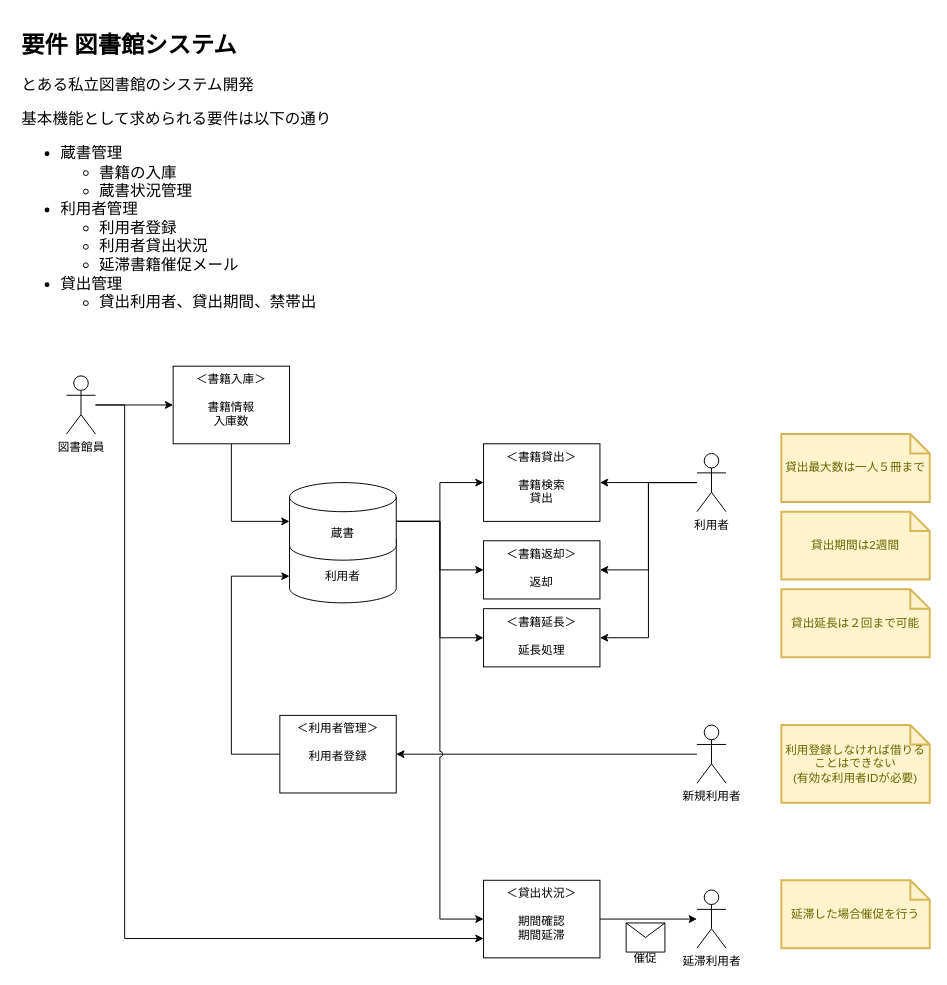
This is page "要件" (1 of 4) of documents/練習用設計.drawio from mkuwan/spring-basic, a draw.io file, before an edit. Source tidied: cells renumbered, new cells numbered last; positions are measured from the earlier drawing's top-left corner, leaving out a move shared by most shapes. Both pictures are drawn from the tidied source at 97%, with x=0, y=0 at pixel (16, 26).
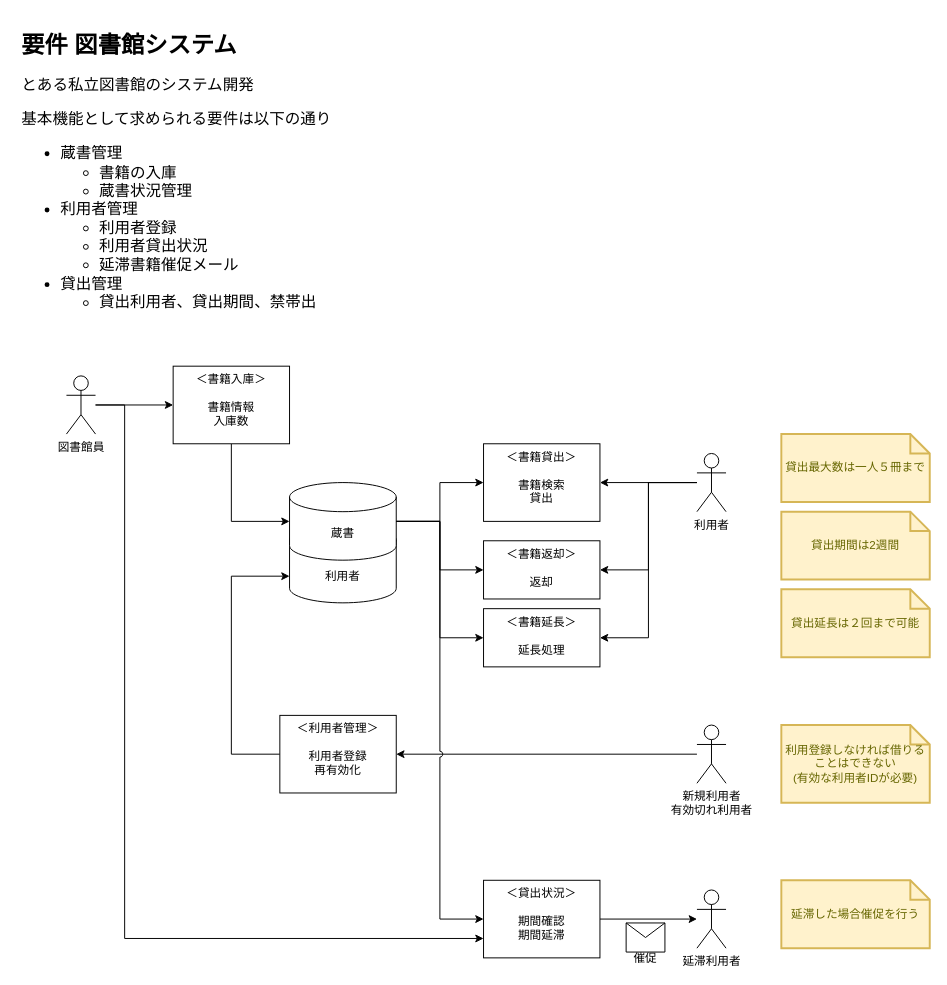
The same diagram, later.

The edit, as a diff of the source:
```diff
@@
-    <mxCell id="15" value="＜利用者管理＞&lt;br&gt;&lt;br&gt;利用者登録" style="whiteSpace=wrap;html=1;verticalAlign=top;" parent="1" vertex="1">
+    <mxCell id="15" value="＜利用者管理＞&lt;br&gt;&lt;br&gt;利用者登録&lt;br&gt;再有効化" style="whiteSpace=wrap;html=1;verticalAlign=top;" parent="1" vertex="1">
       <mxGeometry x="271" y="710" width="120" height="80" as="geometry" />
     </mxCell>
@@
-    <mxCell id="17" value="新規利用者" style="shape=umlActor;verticalLabelPosition=bottom;verticalAlign=top;html=1;outlineConnect=0;" parent="1" vertex="1">
+    <mxCell id="17" value="新規利用者&lt;br&gt;有効切れ利用者" style="shape=umlActor;verticalLabelPosition=bottom;verticalAlign=top;html=1;outlineConnect=0;" parent="1" vertex="1">
       <mxGeometry x="701" y="720" width="30" height="60" as="geometry" />
     </mxCell>
```
